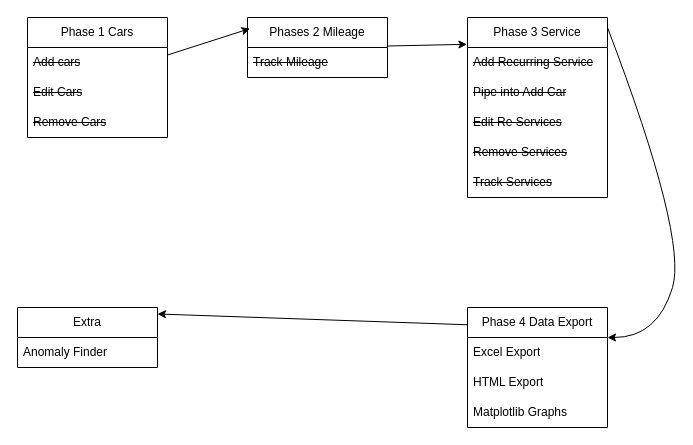
Danny-Erikson/MileageSnake keeps this draw.io diagram as BluePrint/Phases.drawio. Above is the earlier version. Source tidied: cells renumbered, new cells numbered last; positions are measured from the earlier drawing's top-left corner, leaving out a move shared by most shapes. Both pictures are drawn from the tidied source at 100%, with x=0, y=0 at pixel (17, 17).
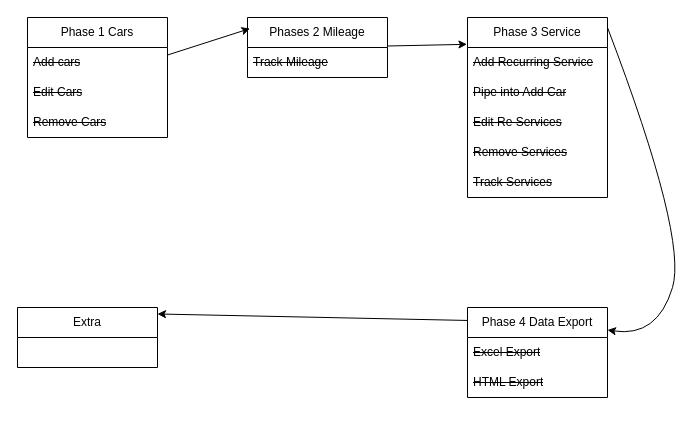
The same diagram, later.

Commit message (it also covers changes not shown here):
Finish Mileage Report Export

Unchanged cells that the change refers to:
```xml
<mxCell id="21" value="Extra" style="swimlane;fontStyle=0;horizontal=1;startSize=30;whiteSpace=wrap;html=1;" parent="1" vertex="1">
  <mxGeometry y="290" width="140" height="60" as="geometry" />
</mxCell>
```

The edit, as a diff of the source:
```diff
@@
     <mxCell id="16" value="Phase 4 Data Export" style="swimlane;fontStyle=0;horizontal=1;startSize=30;whiteSpace=wrap;html=1;" parent="1" vertex="1">
-      <mxGeometry x="450" y="290" width="140" height="120" as="geometry" />
+      <mxGeometry x="450" y="290" width="140" height="90" as="geometry" />
     </mxCell>
-    <mxCell id="17" value="Excel Export" style="text;strokeColor=none;fillColor=none;align=left;verticalAlign=middle;spacingLeft=4;spacingRight=4;overflow=hidden;whiteSpace=wrap;html=1;" parent="16" vertex="1">
+    <mxCell id="17" value="&lt;strike&gt;Excel Export&lt;/strike&gt;" style="text;strokeColor=none;fillColor=none;align=left;verticalAlign=middle;spacingLeft=4;spacingRight=4;overflow=hidden;whiteSpace=wrap;html=1;" parent="16" vertex="1">
       <mxGeometry y="30" width="140" height="30" as="geometry" />
     </mxCell>
-    <mxCell id="18" value="HTML Export" style="text;strokeColor=none;fillColor=none;align=left;verticalAlign=middle;spacingLeft=4;spacingRight=4;overflow=hidden;whiteSpace=wrap;html=1;" parent="16" vertex="1">
+    <mxCell id="18" value="&lt;strike&gt;HTML Export&lt;/strike&gt;" style="text;strokeColor=none;fillColor=none;align=left;verticalAlign=middle;spacingLeft=4;spacingRight=4;overflow=hidden;whiteSpace=wrap;html=1;" parent="16" vertex="1">
       <mxGeometry y="60" width="140" height="30" as="geometry" />
     </mxCell>
-    <mxCell id="19" value="Matplotlib Graphs" style="text;strokeColor=none;fillColor=none;align=left;verticalAlign=middle;spacingLeft=4;spacingRight=4;overflow=hidden;whiteSpace=wrap;html=1;" parent="16" vertex="1">
-      <mxGeometry y="90" width="140" height="30" as="geometry" />
-    </mxCell>
@@
-    <mxCell id="22" value="Anomaly Finder" style="text;strokeColor=none;fillColor=none;align=left;verticalAlign=middle;spacingLeft=4;spacingRight=4;overflow=hidden;whiteSpace=wrap;html=1;" parent="21" vertex="1">
-      <mxGeometry y="30" width="140" height="30" as="geometry" />
-    </mxCell>
```
